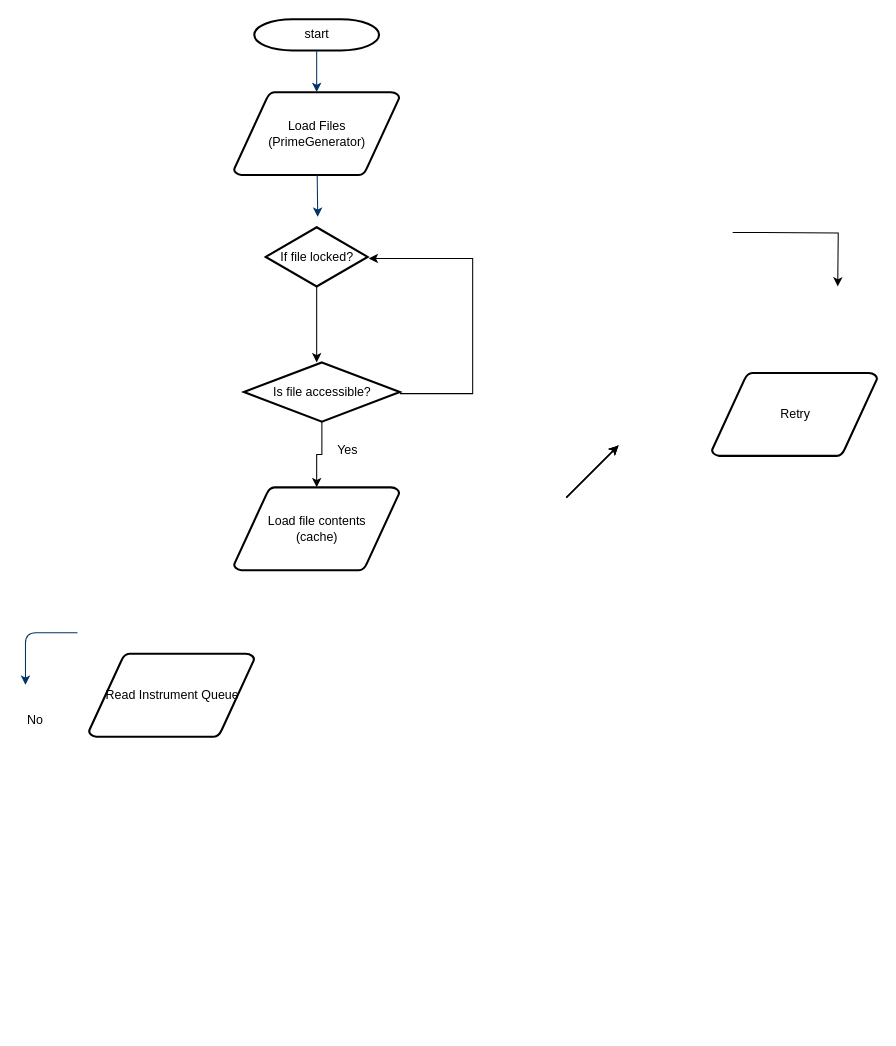
Earlier version of the draw.io diagram Untitled Diagram.drawio (spndlela/Practice). Source tidied: cells renumbered, new cells numbered last; positions are measured from the earlier drawing's top-left corner, leaving out a move shared by most shapes. Both pictures are drawn from the tidied source at 104%, with x=0, y=0 at pixel (25, 19).
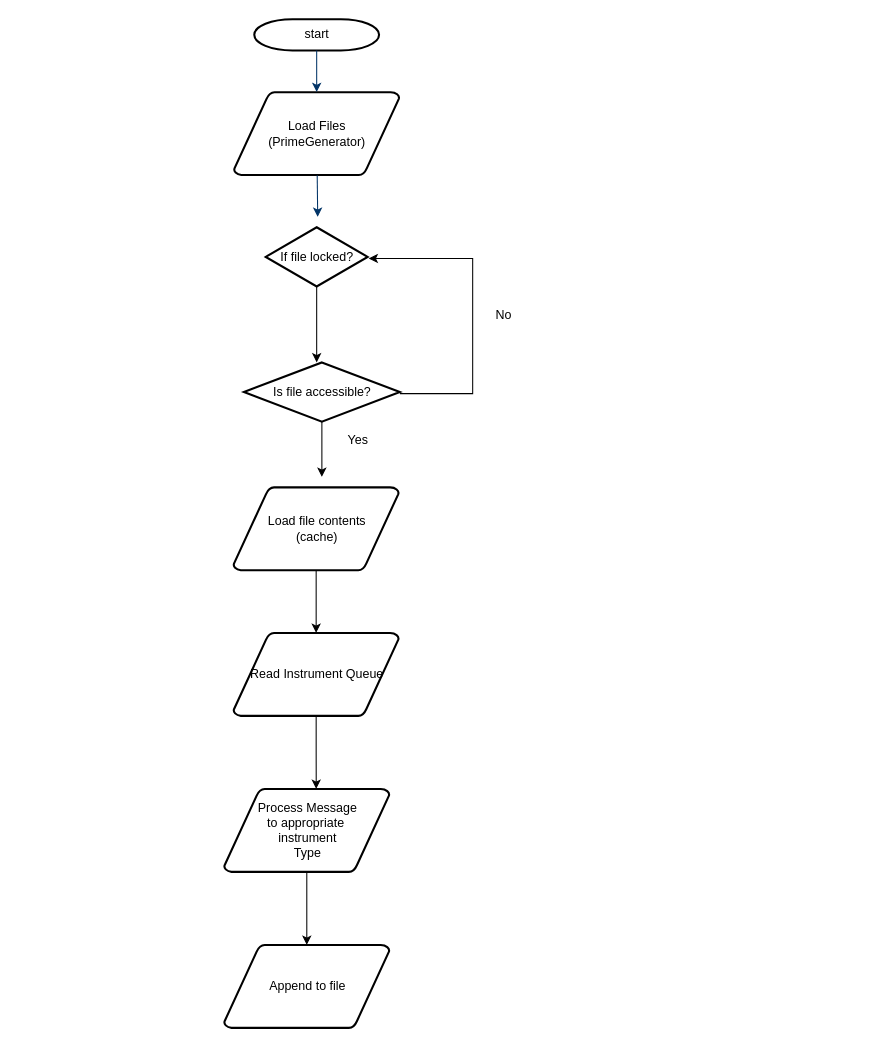
After the change.

The change refers to these unchanged cells:
```xml
<mxCell id="15" value="Is file accessible?" style="shape=mxgraph.flowchart.decision;strokeWidth=2;gradientColor=none;gradientDirection=north;fontStyle=0;html=1;" parent="1" vertex="1">
  <mxGeometry x="210" y="330" width="150" height="57" as="geometry" />
</mxCell>
```

The edit, as a diff of the source:
```diff
@@
-    <mxCell id="6" style="edgeStyle=orthogonalEdgeStyle;rounded=0;orthogonalLoop=1;jettySize=auto;html=1;" parent="1" edge="1">
-      <mxGeometry relative="1" as="geometry">
-        <mxPoint x="680" y="205" as="sourcePoint" />
-        <mxPoint x="781" y="257" as="targetPoint" />
-      </mxGeometry>
-    </mxCell>
@@
-    <mxCell id="9" value="Retry" style="shape=mxgraph.flowchart.data;strokeWidth=2;gradientColor=none;gradientDirection=north;fontStyle=0;html=1;" parent="1" vertex="1">
-      <mxGeometry x="660" y="340" width="159" height="80" as="geometry" />
-    </mxCell>
-    <mxCell id="10" style="edgeStyle=elbowEdgeStyle;elbow=horizontal;fontStyle=1;strokeColor=#003366;strokeWidth=1;html=1;" parent="1" edge="1">
-      <mxGeometry as="geometry">
-        <mxPoint x="50" y="590" as="sourcePoint" />
-        <mxPoint y="640" as="targetPoint" />
-        <Array as="points">
-          <mxPoint y="300" />
-        </Array>
-      </mxGeometry>
-    </mxCell>
-    <mxCell id="11" value="No" style="text;fontStyle=0;html=1;strokeColor=none;gradientColor=none;fillColor=none;strokeWidth=2;" parent="1" vertex="1">
-      <mxGeometry y="660" width="40" height="26" as="geometry" />
-    </mxCell>
     <mxCell id="12" value="Load file contents&lt;br&gt;(cache)" style="shape=mxgraph.flowchart.data;strokeWidth=2;gradientColor=none;gradientDirection=north;fontStyle=0;html=1;" parent="1" vertex="1">
-      <mxGeometry x="200.5" y="450" width="159" height="80" as="geometry" />
+      <mxGeometry x="200" y="450" width="159" height="80" as="geometry" />
     </mxCell>
     <mxCell id="13" value="Read Instrument Queue" style="shape=mxgraph.flowchart.data;strokeWidth=2;gradientColor=none;gradientDirection=north;fontStyle=0;html=1;" parent="1" vertex="1">
-      <mxGeometry x="61" y="610" width="159" height="80" as="geometry" />
+      <mxGeometry x="200" y="590" width="159" height="80" as="geometry" />
     </mxCell>
-    <mxCell id="14" style="edgeStyle=orthogonalEdgeStyle;rounded=0;jettySize=auto;html=1;exitX=0.5;exitY=1;exitDx=0;exitDy=0;exitPerimeter=0;entryX=0.5;entryY=0;entryDx=0;entryDy=0;entryPerimeter=0;" parent="1" edge="1" source="15" target="12">
-      <mxGeometry relative="1" as="geometry" />
-    </mxCell>
+    <mxCell id="23" style="edgeStyle=orthogonalEdgeStyle;rounded=0;jettySize=auto;html=1;exitX=0.5;exitY=1;exitDx=0;exitDy=0;exitPerimeter=0;" parent="1" edge="1" source="15">
+      <mxGeometry relative="1" as="geometry">
+        <mxPoint x="285" y="440" as="targetPoint" />
+      </mxGeometry>
+    </mxCell>
@@
     <mxCell id="16" value="Yes" style="text;html=1;strokeColor=none;fillColor=none;align=center;verticalAlign=middle;whiteSpace=wrap;rounded=0;" parent="1" vertex="1">
-      <mxGeometry x="280" y="400" width="60" height="30" as="geometry" />
+      <mxGeometry x="290" y="390" width="60" height="30" as="geometry" />
     </mxCell>
-    <mxCell id="17" style="endArrow=classic;html=1;rounded=0;" parent="1" edge="1">
-      <mxGeometry relative="1" as="geometry">
-        <mxPoint x="520" y="460" as="sourcePoint" />
-        <mxPoint x="570" y="410" as="targetPoint" />
-      </mxGeometry>
-    </mxCell>
-    <mxCell id="18" style="endArrow=none;html=1;rounded=0;" parent="1" edge="1">
-      <mxGeometry relative="1" as="geometry">
-        <mxPoint x="520" y="460" as="sourcePoint" />
-        <mxPoint x="570" y="410" as="targetPoint" />
-      </mxGeometry>
-    </mxCell>
-    <mxCell id="19" style="endArrow=none;html=1;rounded=0;" parent="1" edge="1">
-      <mxGeometry relative="1" as="geometry">
-        <mxPoint x="520" y="460" as="sourcePoint" />
-        <mxPoint x="570" y="410" as="targetPoint" />
-      </mxGeometry>
-    </mxCell>
-    <mxCell id="20" style="endArrow=classic;html=1;rounded=0;" parent="1" edge="1">
-      <mxGeometry relative="1" as="geometry">
-        <mxPoint x="520" y="460" as="sourcePoint" />
-        <mxPoint x="570" y="410" as="targetPoint" />
-      </mxGeometry>
-    </mxCell>
-    <mxCell id="21" style="endArrow=classic;html=1;rounded=0;" parent="1" edge="1">
-      <mxGeometry relative="1" as="geometry">
-        <mxPoint x="520" y="460" as="sourcePoint" />
-        <mxPoint x="570" y="410" as="targetPoint" />
-      </mxGeometry>
-    </mxCell>
@@
+    <mxCell id="11" value="No" style="text;html=1;strokeColor=none;fillColor=none;align=center;verticalAlign=middle;whiteSpace=wrap;rounded=0;" parent="1" vertex="1">
+      <mxGeometry x="430" y="270" width="60" height="30" as="geometry" />
+    </mxCell>
+    <mxCell id="24" style="edgeStyle=orthogonalEdgeStyle;rounded=0;jettySize=auto;html=1;entryX=0.5;entryY=0;entryDx=0;entryDy=0;entryPerimeter=0;" parent="1" edge="1" source="12" target="13">
+      <mxGeometry relative="1" as="geometry" />
+    </mxCell>
+    <mxCell id="25" value="Process Message&lt;br&gt;to appropriate&amp;nbsp;&lt;br&gt;instrument&lt;br&gt;Type" style="shape=mxgraph.flowchart.data;strokeWidth=2;gradientColor=none;gradientDirection=north;fontStyle=0;html=1;" parent="1" vertex="1">
+      <mxGeometry x="191" y="740" width="159" height="80" as="geometry" />
+    </mxCell>
+    <mxCell id="26" style="edgeStyle=orthogonalEdgeStyle;rounded=0;jettySize=auto;html=1;exitX=0.5;exitY=1;exitDx=0;exitDy=0;exitPerimeter=0;entryX=0.557;entryY=0;entryDx=0;entryDy=0;entryPerimeter=0;" parent="1" edge="1" source="13" target="25">
+      <mxGeometry relative="1" as="geometry" />
+    </mxCell>
+    <mxCell id="27" value="Append to file" style="shape=mxgraph.flowchart.data;strokeWidth=2;gradientColor=none;gradientDirection=north;fontStyle=0;html=1;" parent="1" vertex="1">
+      <mxGeometry x="191" y="890" width="159" height="80" as="geometry" />
+    </mxCell>
+    <mxCell id="28" style="edgeStyle=orthogonalEdgeStyle;rounded=0;jettySize=auto;html=1;exitX=0.5;exitY=1;exitDx=0;exitDy=0;exitPerimeter=0;entryX=0.5;entryY=0;entryDx=0;entryDy=0;entryPerimeter=0;" parent="1" edge="1" source="25" target="27">
+      <mxGeometry relative="1" as="geometry" />
+    </mxCell>
```
